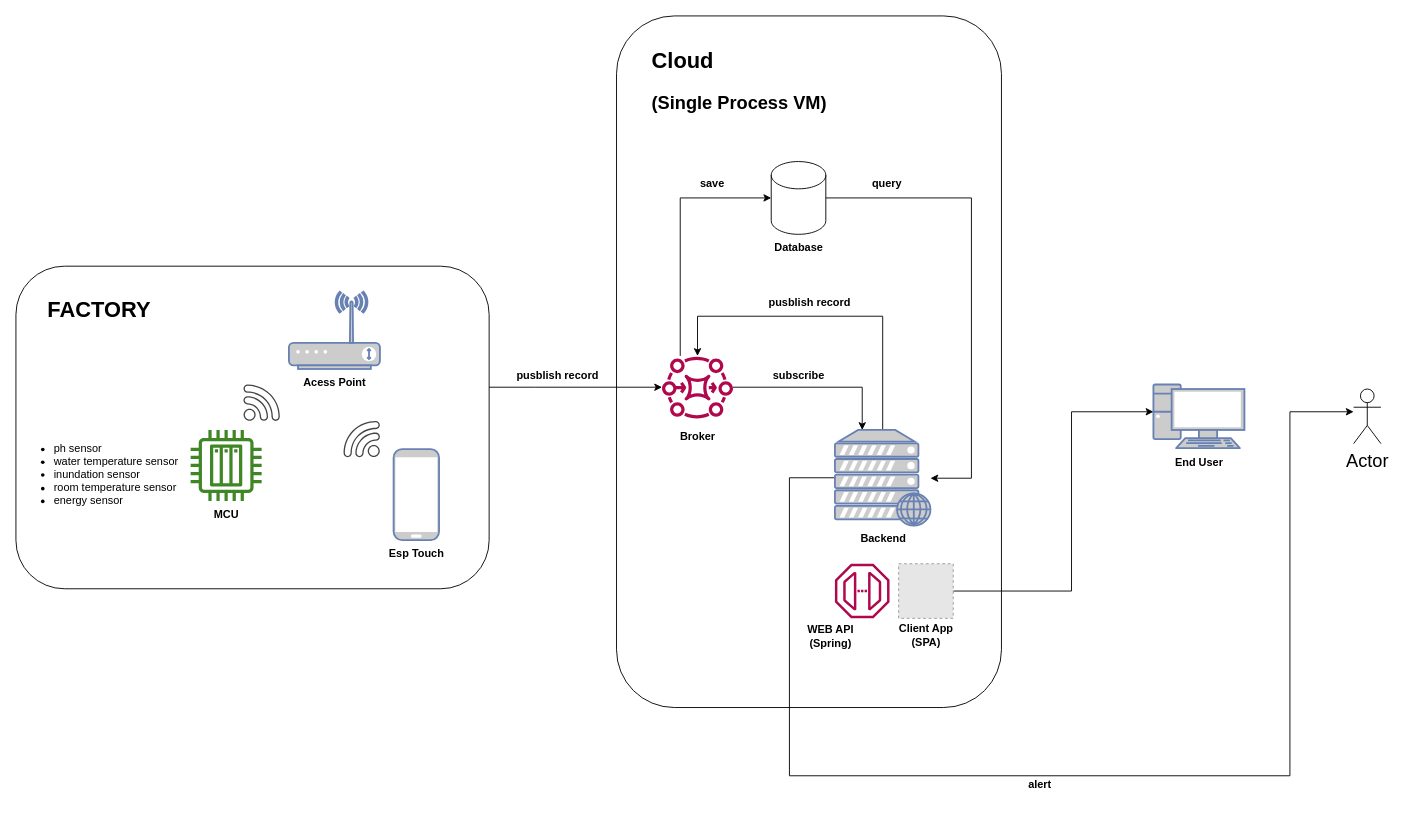
Before: Diagrams/PS Architecture.drawio in MiguelRocha2001/PS-Monitor-IoT-System, a draw.io diagram. Source tidied: cells renumbered, new cells numbered last; positions are measured from the earlier drawing's top-left corner, leaving out a move shared by most shapes. Both pictures are drawn from the tidied source at 91%, with x=0, y=0 at pixel (15, 15). Pictures stored in the file or linked from it are replaced by grey dashed boxes.
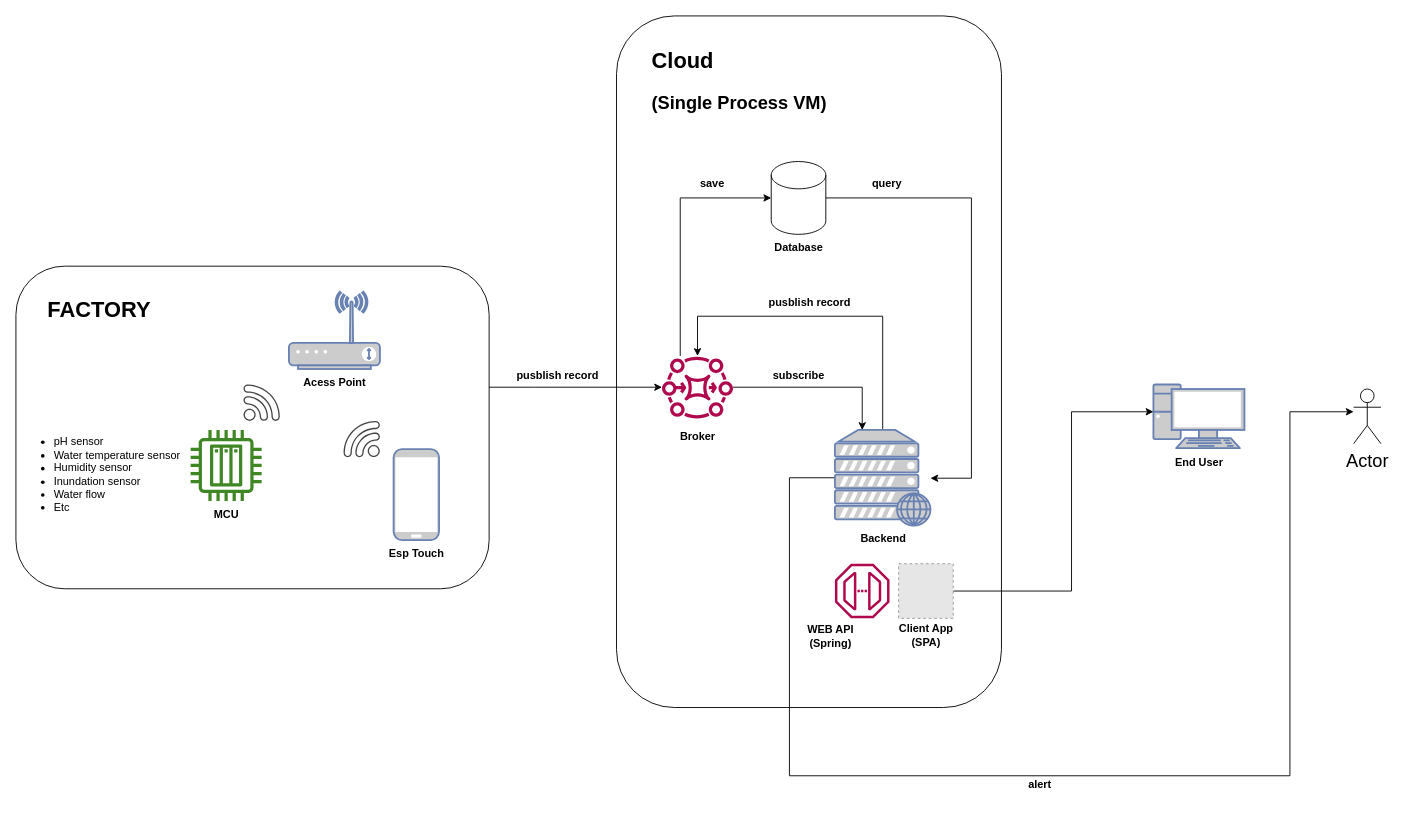
The same page after the edit.

Change to the diagram source:
```diff
@@
-    <mxCell id="18" value="&lt;ul&gt;&lt;li&gt;&lt;span style=&quot;background-color: initial;&quot;&gt;ph sensor&lt;/span&gt;&lt;/li&gt;&lt;li&gt;&lt;span style=&quot;background-color: initial;&quot;&gt;water temperature sensor&lt;/span&gt;&lt;/li&gt;&lt;li&gt;&lt;span style=&quot;background-color: initial;&quot;&gt;inundation sensor&lt;/span&gt;&lt;/li&gt;&lt;li&gt;&lt;span style=&quot;background-color: initial;&quot;&gt;room temperature sensor&lt;/span&gt;&lt;/li&gt;&lt;li&gt;&lt;span style=&quot;background-color: initial;&quot;&gt;energy sensor&lt;/span&gt;&lt;/li&gt;&lt;/ul&gt;" style="text;html=1;strokeColor=none;fillColor=none;align=left;verticalAlign=middle;whiteSpace=wrap;rounded=0;fontStyle=0;" parent="1" vertex="1">
+    <mxCell id="18" value="&lt;ul&gt;&lt;li&gt;&lt;span style=&quot;background-color: initial;&quot;&gt;pH sensor&lt;/span&gt;&lt;/li&gt;&lt;li&gt;&lt;span style=&quot;background-color: initial;&quot;&gt;Water temperature sensor&lt;/span&gt;&lt;/li&gt;&lt;li&gt;&lt;span style=&quot;background-color: initial;&quot;&gt;Humidity sensor&lt;/span&gt;&lt;/li&gt;&lt;li&gt;&lt;span style=&quot;background-color: initial;&quot;&gt;Inundation sensor&lt;/span&gt;&lt;/li&gt;&lt;li&gt;&lt;span style=&quot;background-color: initial;&quot;&gt;Water flow&lt;/span&gt;&lt;/li&gt;&lt;li&gt;&lt;span style=&quot;background-color: initial;&quot;&gt;Etc&lt;/span&gt;&lt;/li&gt;&lt;/ul&gt;" style="text;html=1;strokeColor=none;fillColor=none;align=left;verticalAlign=middle;whiteSpace=wrap;rounded=0;fontStyle=0;" parent="1" vertex="1">
       <mxGeometry y="453" width="192" height="101" as="geometry" />
     </mxCell>
```
